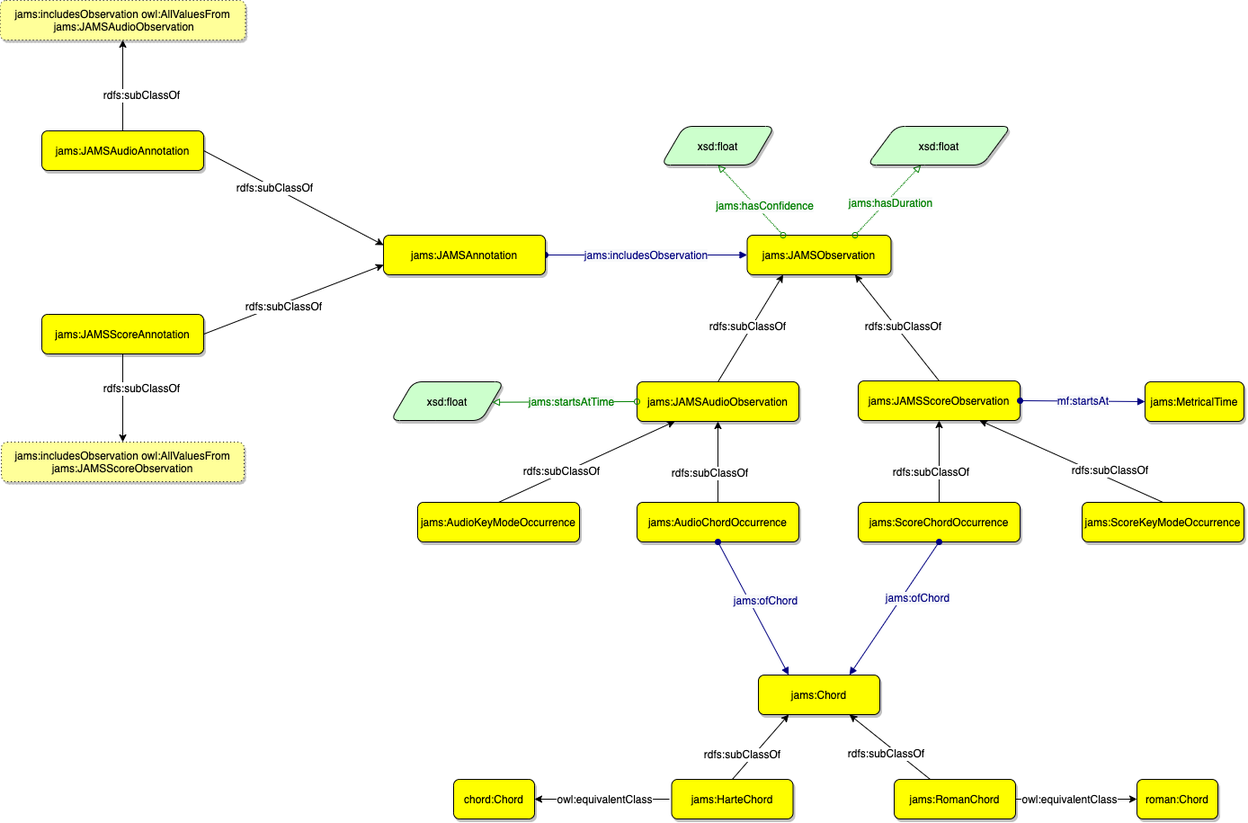
polifonia-project/jams-ontology keeps this draw.io diagram as assets/jams-observations.png. Above is the earlier version. Source tidied: cells renumbered, new cells last; positions are measured from the earlier drawing's top-left corner, leaving out a move shared by most shapes.
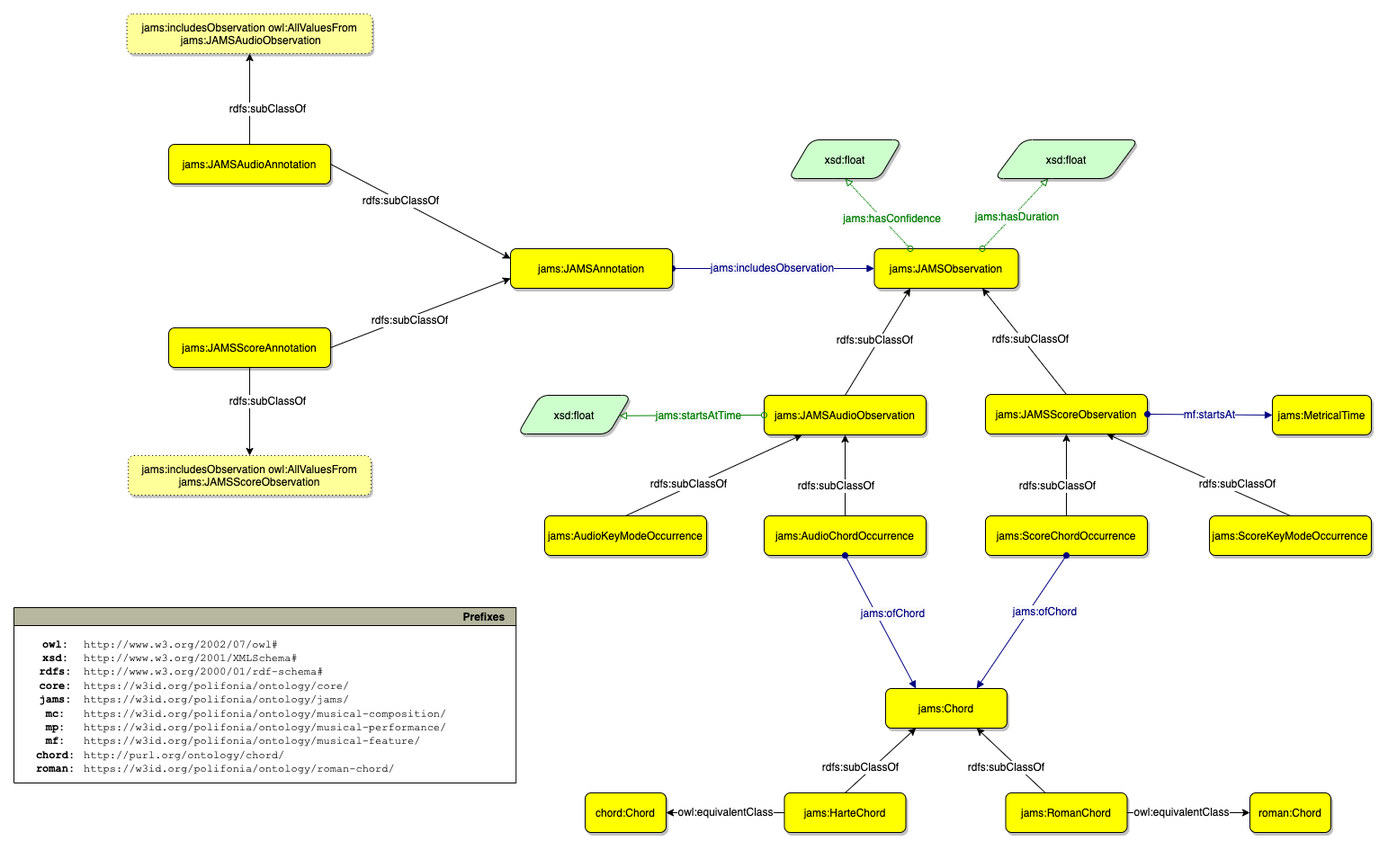
Later version of the same file.

What changed in the source:
```diff
@@ -9,7 +9,7 @@
       <mxGeometry x="954" y="558" width="180" height="44" as="geometry" />
     </mxCell>
     <mxCell id="4" value="jams:HarteChord" style="graphMlID=n4;shape=rect;rounded=1;arcsize=30;fillColor=#ffff00;strokeColor=#000000;strokeWidth=1.0;fontSize=12;fontFamily=Helvetica;shadow=1;" parent="1" vertex="1">
-      <mxGeometry x="746.5" y="866" width="135" height="44" as="geometry" />
+      <mxGeometry x="730.5" y="866" width="135" height="44" as="geometry" />
     </mxCell>
     <mxCell id="5" value="jams:JAMSScoreObservation" style="graphMlID=n4;shape=rect;rounded=1;arcsize=30;fillColor=#ffff00;strokeColor=#000000;strokeWidth=1.0;fontSize=12;fontFamily=Helvetica;shadow=1;" parent="1" vertex="1">
       <mxGeometry x="954" y="423" width="180" height="44" as="geometry" />
@@ -97,12 +97,10 @@
       </mxGeometry>
     </mxCell>
     <mxCell id="28" value="chord:Chord" style="graphMlID=n4;shape=rect;rounded=1;arcsize=30;fillColor=#ffff00;strokeColor=#000000;strokeWidth=1.0;fontSize=12;fontFamily=Helvetica;shadow=1;" parent="1" vertex="1">
-      <mxGeometry x="504" y="866" width="90" height="44" as="geometry" />
+      <mxGeometry x="509" y="866" width="90" height="44" as="geometry" />
     </mxCell>
-    <mxCell id="29" style="endArrow=classic;html=1;textDirection=ltr;rounded=0;entryX=1;entryY=0.5;entryDx=0;entryDy=0;fontSize=12;fontFamily=Helvetica;" parent="1" edge="1" target="28">
-      <mxGeometry relative="1" as="geometry">
-        <mxPoint x="744" y="888" as="sourcePoint" />
-      </mxGeometry>
+    <mxCell id="29" style="endArrow=classic;html=1;textDirection=ltr;rounded=0;entryX=1;entryY=0.5;entryDx=0;entryDy=0;fontSize=12;fontFamily=Helvetica;exitX=0;exitY=0.5;exitDx=0;exitDy=0;" parent="1" edge="1" source="4" target="28">
+      <mxGeometry relative="1" as="geometry" />
     </mxCell>
     <mxCell id="30" value="owl:equivalentClass" style="text;html=1;align=center;verticalAlign=middle;labelBackgroundColor=#ffffff;rotation=0;fontSize=12;fontFamily=Helvetica;" parent="29" vertex="1">
       <mxGeometry x="-0.22" relative="1" as="geometry">
@@ -110,7 +108,7 @@
       </mxGeometry>
     </mxCell>
     <mxCell id="31" value="jams:RomanChord" style="graphMlID=n4;shape=rect;rounded=1;arcsize=30;fillColor=#ffff00;strokeColor=#000000;strokeWidth=1.0;fontSize=12;fontFamily=Helvetica;shadow=1;" parent="1" vertex="1">
-      <mxGeometry x="994" y="866" width="135" height="44" as="geometry" />
+      <mxGeometry x="976.5" y="866" width="135" height="44" as="geometry" />
     </mxCell>
     <mxCell id="32" value="jams:Chord" style="graphMlID=n4;shape=rect;rounded=1;arcsize=30;fillColor=#ffff00;strokeColor=#000000;strokeWidth=1.0;fontSize=12;fontFamily=Helvetica;shadow=1;" parent="1" vertex="1">
       <mxGeometry x="843" y="750" width="135" height="44" as="geometry" />
@@ -160,7 +158,7 @@
       <mxGeometry x="964" y="140" width="160" height="43" as="geometry" />
     </mxCell>
     <mxCell id="45" value="roman:Chord" style="graphMlID=n4;shape=rect;rounded=1;arcsize=30;fillColor=#ffff00;strokeColor=#000000;strokeWidth=1.0;fontSize=12;fontFamily=Helvetica;shadow=1;" parent="1" vertex="1">
-      <mxGeometry x="1264" y="866" width="90" height="44" as="geometry" />
+      <mxGeometry x="1248" y="866" width="90" height="44" as="geometry" />
     </mxCell>
     <mxCell id="46" style="endArrow=classic;html=1;textDirection=ltr;rounded=0;entryX=0;entryY=0.5;entryDx=0;entryDy=0;exitX=1;exitY=0.5;exitDx=0;exitDy=0;fontSize=12;fontFamily=Helvetica;" parent="1" edge="1" source="31" target="45">
       <mxGeometry relative="1" as="geometry" />
@@ -233,5 +231,14 @@
         <mxPoint x="4" y="-15" as="offset" />
       </mxGeometry>
     </mxCell>
+    <mxCell id="65" value="Prefixes" style="graphMlID=n0;shape=swimlane;startSize=20;fillColor=#b7b69e;strokeColor=#000000;strokeWidth=1.0;align=right;spacingRight=10;fontStyle=1;fontFamily=Helvetica;" parent="1" vertex="1">
+      <mxGeometry x="-126" y="660" width="558.2" height="195" as="geometry" />
+    </mxCell>
+    <mxCell id="66" value="&lt;b&gt;&lt;font face=&quot;Courier New&quot;&gt;owl:&lt;br&gt;xsd:&lt;br&gt;rdfs:&lt;br&gt;core:&lt;br&gt;jams:&lt;br&gt;mc:&lt;br&gt;mp:&lt;br&gt;mf:&lt;br&gt;chord:&lt;br&gt;roman:&lt;/font&gt;&lt;br&gt;&lt;/b&gt;" style="text;html=1;align=center;verticalAlign=middle;fontFamily=Helvetica;" parent="65" vertex="1">
+      <mxGeometry x="16.1" y="30" width="60" height="160" as="geometry" />
+    </mxCell>
+    <mxCell id="67" value="&lt;font face=&quot;Courier New&quot;&gt;http://www.w3.org/2002/07/owl#&lt;br style=&quot;&quot;&gt;http://www.w3.org/2001/XMLSchema#&lt;br style=&quot;&quot;&gt;http://www.w3.org/2000/01/rdf-schema#&lt;br&gt;https://w3id.org/polifonia/ontology/core/&lt;br&gt;https://w3id.org/polifonia/ontology/jams/&lt;br&gt;https://w3id.org/polifonia/ontology/musical-composition/&lt;br&gt;https://w3id.org/polifonia/ontology/musical-performance/&lt;br&gt;https://w3id.org/polifonia/ontology/musical-feature/&lt;br&gt;http://purl.org/ontology/chord/&lt;br&gt;https://w3id.org/polifonia/ontology/roman-chord/&lt;/font&gt;" style="text;html=1;align=left;verticalAlign=middle;fontFamily=Helvetica;" parent="65" vertex="1">
+      <mxGeometry x="76.1" y="30" width="420" height="160" as="geometry" />
+    </mxCell>
   </root>
 </mxGraphModel>
```
